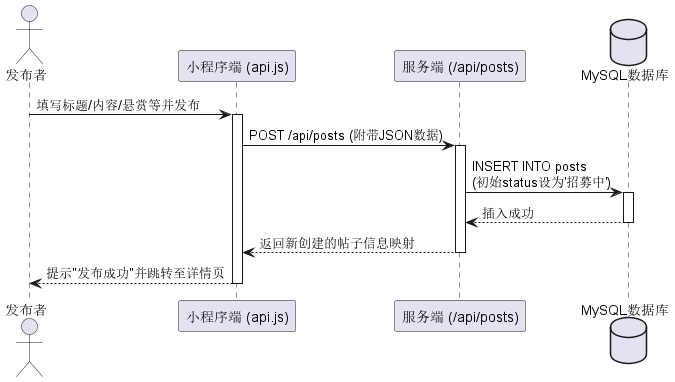
Earlier version of the PlantUML export 第5组-校园搭子平台项目-需求工程作业/PlantUML源文件/新增修正版/out/顺序图：发布帖子.png (lizhijian-png/ruanjian_goncheng).
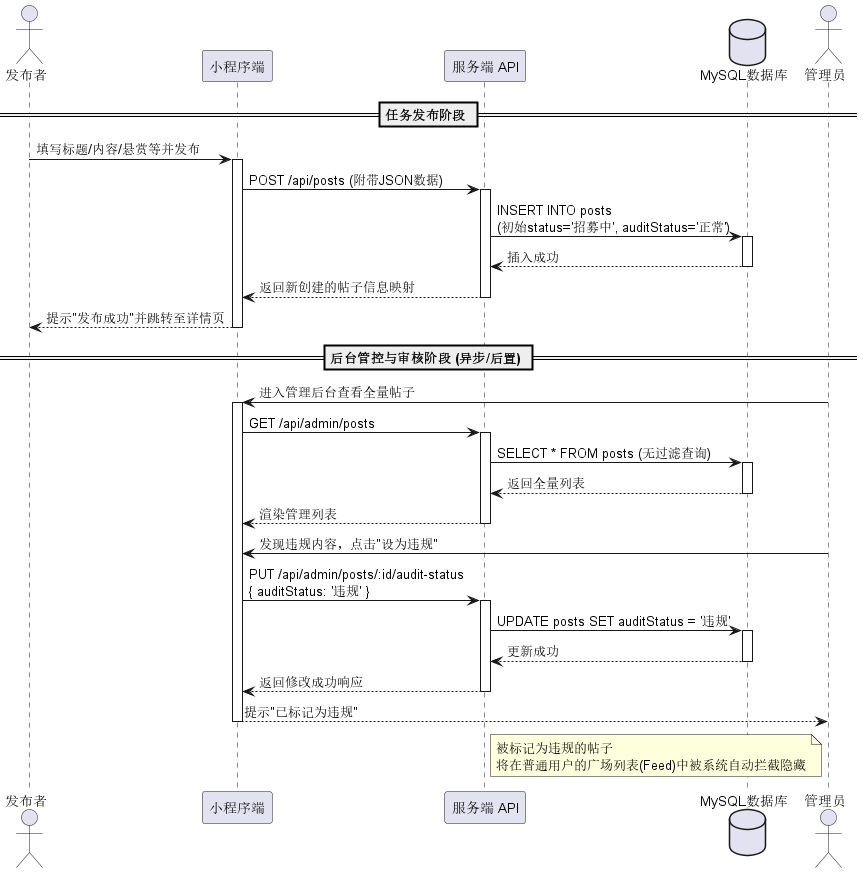
After the commit.

Commit message:
修改发布帖子的顺序图uml

The edit, as a diff of the source:
```diff
@@ -1,14 +1,16 @@
 @startuml
 actor 发布者 as User
-participant "小程序端 (api.js)" as Frontend
-participant "服务端 (/api/posts)" as Backend
+participant "小程序端" as Frontend
+participant "服务端 API" as Backend
 database "MySQL数据库" as DB
+actor 管理员 as Admin
 
+== 任务发布阶段 ==
 User -> Frontend : 填写标题/内容/悬赏等并发布
 activate Frontend
 Frontend -> Backend : POST /api/posts (附带JSON数据)
 activate Backend
-Backend -> DB : INSERT INTO posts \n(初始status设为'招募中')
+Backend -> DB : INSERT INTO posts \n(初始status='招募中', auditStatus='正常')
 activate DB
 DB --> Backend : 插入成功
 deactivate DB
@@ -16,4 +18,30 @@
 deactivate Backend
 Frontend --> User : 提示"发布成功"并跳转至详情页
 deactivate Frontend
+
+== 后台管控与审核阶段 (异步/后置) ==
+Admin -> Frontend : 进入管理后台查看全量帖子
+activate Frontend
+Frontend -> Backend : GET /api/admin/posts
+activate Backend
+Backend -> DB : SELECT * FROM posts (无过滤查询)
+activate DB
+DB --> Backend : 返回全量列表
+deactivate DB
+Backend --> Frontend : 渲染管理列表
+deactivate Backend
+
+Admin -> Frontend : 发现违规内容，点击"设为违规"
+Frontend -> Backend : PUT /api/admin/posts/:id/audit-status \n{ auditStatus: '违规' }
+activate Backend
+Backend -> DB : UPDATE posts SET auditStatus = '违规'
+activate DB
+DB --> Backend : 更新成功
+deactivate DB
+Backend --> Frontend : 返回修改成功响应
+deactivate Backend
+Frontend --> Admin : 提示"已标记为违规"
+deactivate Frontend
+
+note right of Backend: 被标记为违规的帖子\n将在普通用户的广场列表(Feed)中被系统自动拦截隐藏
 @enduml
```
